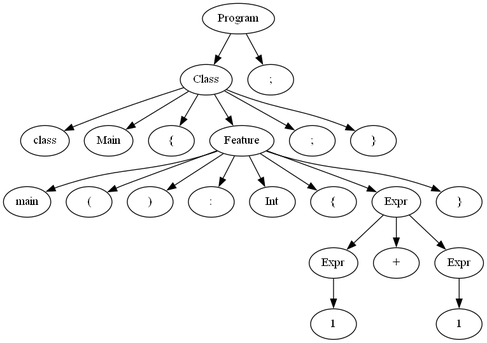
Manuel-Archila/Proyecto0_CC keeps this Graphviz diagram as output.gv.png. Above is the earlier version. Its source is kept beside it as output.gv.
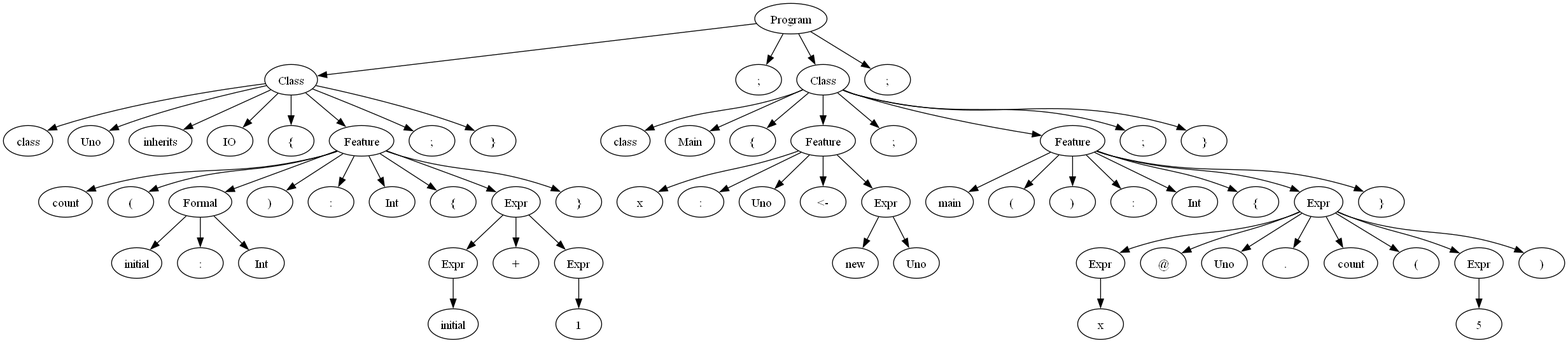
The same diagram one commit later.

The edit, as a diff of the source:
```diff
@@ -5,41 +5,123 @@
 	1 -> 2
 	2 [label=class]
 	1 -> 3
-	3 [label=Main]
+	3 [label=Uno]
 	1 -> 4
-	4 [label="{"]
+	4 [label=inherits]
 	1 -> 5
-	5 [label=Feature]
-	5 -> 6
-	6 [label=main]
-	5 -> 7
-	7 [label="("]
-	5 -> 8
-	8 [label=")"]
-	5 -> 9
-	9 [label=":"]
-	5 -> 10
-	10 [label=Int]
-	5 -> 11
-	11 [label="{"]
-	5 -> 12
-	12 [label=Expr]
-	12 -> 13
-	13 [label=Expr]
-	13 -> 14
-	14 [label=1]
-	12 -> 15
-	15 [label="+"]
-	12 -> 16
-	16 [label=Expr]
-	16 -> 17
-	17 [label=1]
-	5 -> 18
-	18 [label="}"]
-	1 -> 19
-	19 [label=";"]
-	1 -> 20
-	20 [label="}"]
-	0 -> 21
-	21 [label=";"]
+	5 [label=IO]
+	1 -> 6
+	6 [label="{"]
+	1 -> 7
+	7 [label=Feature]
+	7 -> 8
+	8 [label=count]
+	7 -> 9
+	9 [label="("]
+	7 -> 10
+	10 [label=Formal]
+	10 -> 11
+	11 [label=initial]
+	10 -> 12
+	12 [label=":"]
+	10 -> 13
+	13 [label=Int]
+	7 -> 14
+	14 [label=")"]
+	7 -> 15
+	15 [label=":"]
+	7 -> 16
+	16 [label=Int]
+	7 -> 17
+	17 [label="{"]
+	7 -> 18
+	18 [label=Expr]
+	18 -> 19
+	19 [label=Expr]
+	19 -> 20
+	20 [label=initial]
+	18 -> 21
+	21 [label="+"]
+	18 -> 22
+	22 [label=Expr]
+	22 -> 23
+	23 [label=1]
+	7 -> 24
+	24 [label="}"]
+	1 -> 25
+	25 [label=";"]
+	1 -> 26
+	26 [label="}"]
+	0 -> 27
+	27 [label=";"]
+	0 -> 28
+	28 [label=Class]
+	28 -> 29
+	29 [label=class]
+	28 -> 30
+	30 [label=Main]
+	28 -> 31
+	31 [label="{"]
+	28 -> 32
+	32 [label=Feature]
+	32 -> 33
+	33 [label=x]
+	32 -> 34
+	34 [label=":"]
+	32 -> 35
+	35 [label=Uno]
+	32 -> 36
+	36 [label="<-"]
+	32 -> 37
+	37 [label=Expr]
+	37 -> 38
+	38 [label=new]
+	37 -> 39
+	39 [label=Uno]
+	28 -> 40
+	40 [label=";"]
+	28 -> 41
+	41 [label=Feature]
+	41 -> 42
+	42 [label=main]
+	41 -> 43
+	43 [label="("]
+	41 -> 44
+	44 [label=")"]
+	41 -> 45
+	45 [label=":"]
+	41 -> 46
+	46 [label=Int]
+	41 -> 47
+	47 [label="{"]
+	41 -> 48
+	48 [label=Expr]
+	48 -> 49
+	49 [label=Expr]
+	49 -> 50
+	50 [label=x]
+	48 -> 51
+	51 [label="@"]
+	48 -> 52
+	52 [label=Uno]
+	48 -> 53
+	53 [label="."]
+	48 -> 54
+	54 [label=count]
+	48 -> 55
+	55 [label="("]
+	48 -> 56
+	56 [label=Expr]
+	56 -> 57
+	57 [label=5]
+	48 -> 58
+	58 [label=")"]
+	41 -> 59
+	59 [label="}"]
+	28 -> 60
+	60 [label=";"]
+	28 -> 61
+	61 [label="}"]
+	0 -> 62
+	62 [label=";"]
 }
```
